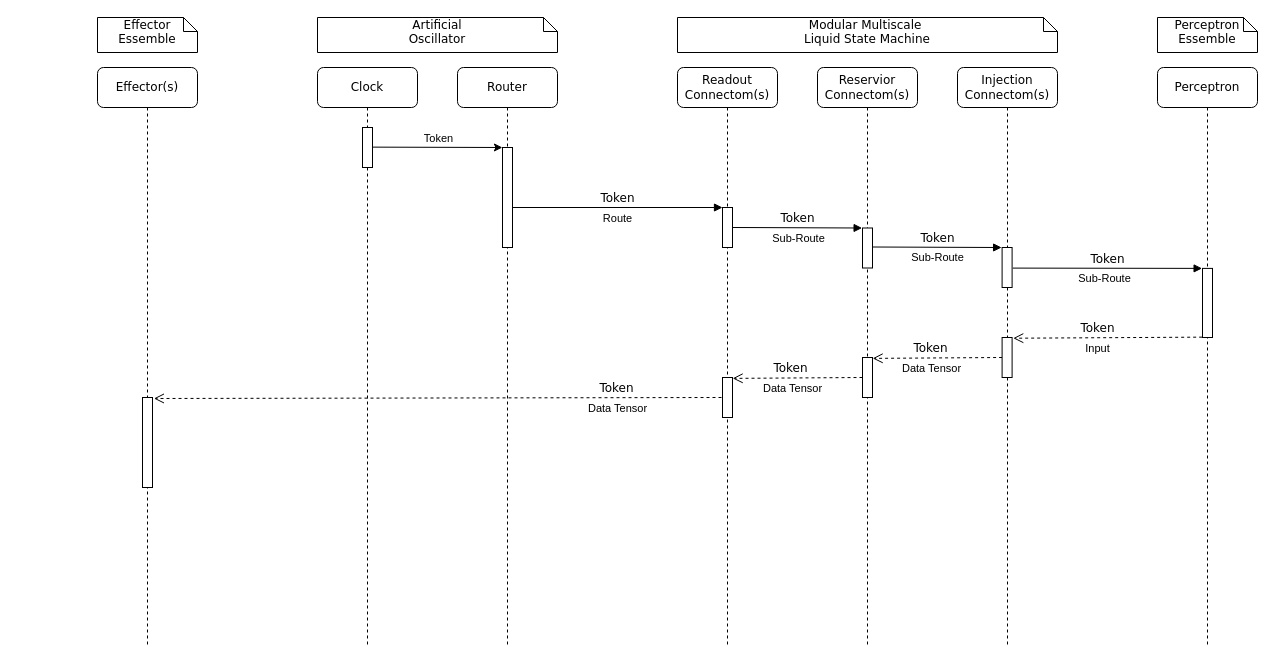
This is Untitled Diagram.drawio from xiechuxi/Memorophila_computing, a draw.io file, before an edit. Source tidied: cells renumbered, new cells numbered last; positions are measured from the earlier drawing's top-left corner, leaving out a move shared by most shapes. Both pictures are drawn from the tidied source at 100%, with x=0, y=0 at pixel (97, 17).
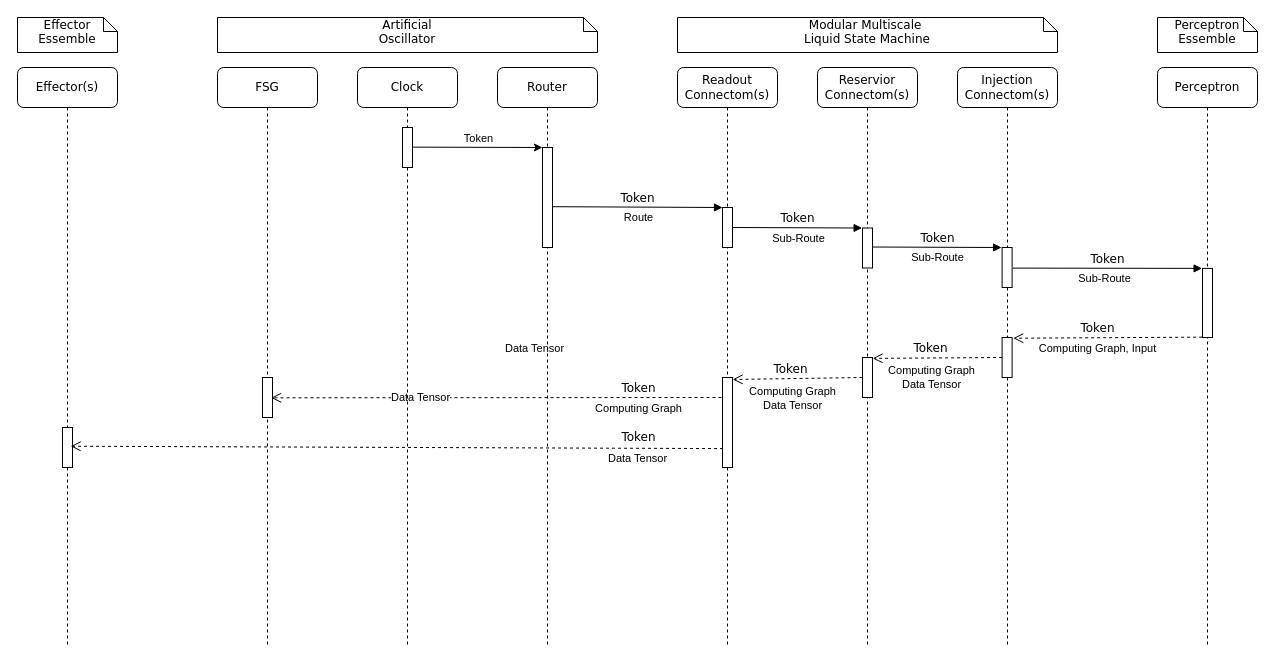
The same diagram, later.

The change refers to these unchanged cells:
```xml
<mxCell id="7" value="Readout Connectom(s)" style="shape=umlLifeline;perimeter=lifelinePerimeter;whiteSpace=wrap;html=1;rounded=1;shadow=0;comic=0;labelBackgroundColor=none;strokeWidth=1;fontFamily=Verdana;fontSize=12;align=center;" parent="3" vertex="1">
  <mxGeometry x="-140" width="100" height="580" as="geometry" />
</mxCell>
<mxCell id="11" value="Token" style="html=1;verticalAlign=bottom;endArrow=open;dashed=1;endSize=8;labelBackgroundColor=none;fontFamily=Verdana;fontSize=12;exitX=0.005;exitY=1.001;exitDx=0;exitDy=0;exitPerimeter=0;entryX=1.017;entryY=0.022;entryDx=0;entryDy=0;entryPerimeter=0;" parent="7" edge="1" target="10">
  <mxGeometry x="0.11" relative="1" as="geometry">
    <mxPoint x="185" y="310" as="sourcePoint" />
  </mxGeometry>
</mxCell>
<mxCell id="14" value="Token" style="html=1;verticalAlign=bottom;endArrow=open;dashed=1;endSize=8;labelBackgroundColor=none;fontFamily=Verdana;fontSize=12;exitX=0.005;exitY=1.001;exitDx=0;exitDy=0;exitPerimeter=0;entryX=1.017;entryY=0.022;entryDx=0;entryDy=0;entryPerimeter=0;" parent="7" edge="1" target="13">
  <mxGeometry x="0.11" relative="1" as="geometry">
    <mxPoint x="324.6" y="290" as="sourcePoint" />
  </mxGeometry>
</mxCell>
<mxCell id="20" style="html=1;points=[];perimeter=orthogonalPerimeter;rounded=0;shadow=0;comic=0;labelBackgroundColor=none;strokeWidth=1;fontFamily=Verdana;fontSize=12;align=center;" parent="19" vertex="1">
  <mxGeometry x="45" y="80" width="10" height="100" as="geometry" />
</mxCell>
<mxCell id="39" value="Token" style="html=1;verticalAlign=bottom;endArrow=open;dashed=1;endSize=8;labelBackgroundColor=none;fontFamily=Verdana;fontSize=12;entryX=1.114;entryY=0.018;entryDx=0;entryDy=0;entryPerimeter=0;exitX=-0.033;exitY=0.995;exitDx=0;exitDy=0;exitPerimeter=0;" parent="1" edge="1" source="29" target="27">
  <mxGeometry x="0.11" relative="1" as="geometry" />
</mxCell>
```

Change to the diagram source:
```diff
@@
     <mxCell id="2" value="Effector(s)" style="shape=umlLifeline;perimeter=lifelinePerimeter;whiteSpace=wrap;html=1;rounded=1;shadow=0;comic=0;labelBackgroundColor=none;strokeWidth=1;fontFamily=Verdana;fontSize=12;align=center;" parent="1" vertex="1">
-      <mxGeometry y="50" width="100" height="580" as="geometry" />
+      <mxGeometry x="-80" y="50" width="100" height="580" as="geometry" />
     </mxCell>
@@
-    <mxCell id="8" value="Token" style="html=1;verticalAlign=bottom;endArrow=open;dashed=1;endSize=8;labelBackgroundColor=none;fontFamily=Verdana;fontSize=12;exitX=-0.103;exitY=0.985;exitDx=0;exitDy=0;exitPerimeter=0;entryX=1.14;entryY=0.011;entryDx=0;entryDy=0;entryPerimeter=0;" parent="7" edge="1" target="16">
+    <mxCell id="8" value="Token" style="html=1;verticalAlign=bottom;endArrow=open;dashed=1;endSize=8;labelBackgroundColor=none;fontFamily=Verdana;fontSize=12;exitX=-0.103;exitY=0.985;exitDx=0;exitDy=0;exitPerimeter=0;entryX=0.867;entryY=0.508;entryDx=0;entryDy=0;entryPerimeter=0;" parent="7" edge="1" target="46">
       <mxGeometry x="-0.63" relative="1" as="geometry">
         <mxPoint x="44" y="330" as="sourcePoint" />
       </mxGeometry>
     </mxCell>
     <mxCell id="9" value="Data Tensor" style="edgeLabel;html=1;align=center;verticalAlign=middle;" parent="8" vertex="1">
       <mxGeometry x="0.14" y="2" relative="1" as="geometry">
-        <mxPoint x="219" y="8" as="offset" />
+        <mxPoint x="69" y="-52" as="offset" />
       </mxGeometry>
     </mxCell>
+    <mxCell id="41" value="Computing Graph" style="edgeLabel;html=1;align=center;verticalAlign=middle;" parent="8" vertex="1">
+      <mxGeometry x="-0.6" relative="1" as="geometry">
+        <mxPoint x="6" y="10" as="offset" />
+      </mxGeometry>
+    </mxCell>
     <mxCell id="10" style="html=1;points=[];perimeter=orthogonalPerimeter;rounded=0;shadow=0;comic=0;labelBackgroundColor=none;strokeWidth=1;fontFamily=Verdana;fontSize=12;align=center;" parent="7" vertex="1">
-      <mxGeometry x="45" y="310" width="10" height="40" as="geometry" />
+      <mxGeometry x="45" y="310" width="10" height="90" as="geometry" />
     </mxCell>
@@
-    <mxCell id="12" value="Data Tensor" style="edgeLabel;html=1;align=center;verticalAlign=middle;" parent="11" vertex="1">
+    <mxCell id="12" value="Computing Graph&lt;div&gt;Data Tensor&lt;/div&gt;" style="edgeLabel;html=1;align=center;verticalAlign=middle;" parent="11" vertex="1">
       <mxGeometry x="0.14" y="2" relative="1" as="geometry">
-        <mxPoint x="3" y="8" as="offset" />
+        <mxPoint x="3" y="17" as="offset" />
       </mxGeometry>
     </mxCell>
@@
-    <mxCell id="15" value="Data Tensor" style="edgeLabel;html=1;align=center;verticalAlign=middle;" parent="14" vertex="1">
+    <mxCell id="15" value="Computing Graph&lt;div&gt;Data Tensor&lt;/div&gt;" style="edgeLabel;html=1;align=center;verticalAlign=middle;" parent="14" vertex="1">
       <mxGeometry x="0.14" y="2" relative="1" as="geometry">
-        <mxPoint x="3" y="8" as="offset" />
+        <mxPoint x="3" y="17" as="offset" />
       </mxGeometry>
     </mxCell>
     <mxCell id="16" style="html=1;points=[];perimeter=orthogonalPerimeter;rounded=0;shadow=0;comic=0;labelBackgroundColor=none;strokeWidth=1;fontFamily=Verdana;fontSize=12;align=center;" parent="7" vertex="1">
-      <mxGeometry x="-535" y="330" width="10" height="90" as="geometry" />
+      <mxGeometry x="-615" y="360" width="10" height="40" as="geometry" />
     </mxCell>
+    <mxCell id="42" value="Token" style="html=1;verticalAlign=bottom;endArrow=open;dashed=1;endSize=8;labelBackgroundColor=none;fontFamily=Verdana;fontSize=12;exitX=0.052;exitY=0.79;exitDx=0;exitDy=0;exitPerimeter=0;entryX=0.814;entryY=0.468;entryDx=0;entryDy=0;entryPerimeter=0;" parent="7" edge="1" source="10" target="16">
+      <mxGeometry x="-0.74" y="-2" relative="1" as="geometry" />
+    </mxCell>
+    <mxCell id="43" value="Data Tensor" style="edgeLabel;html=1;align=center;verticalAlign=middle;" parent="42" vertex="1">
+      <mxGeometry x="0.14" y="2" relative="1" as="geometry">
+        <mxPoint x="69" y="-52" as="offset" />
+      </mxGeometry>
+    </mxCell>
+    <mxCell id="44" value="Data Tensor" style="edgeLabel;html=1;align=center;verticalAlign=middle;" parent="42" vertex="1">
+      <mxGeometry x="-0.6" relative="1" as="geometry">
+        <mxPoint x="44" y="10" as="offset" />
+      </mxGeometry>
+    </mxCell>
     <mxCell id="17" value="Clock" style="shape=umlLifeline;perimeter=lifelinePerimeter;whiteSpace=wrap;html=1;rounded=1;shadow=0;comic=0;labelBackgroundColor=none;strokeWidth=1;fontFamily=Verdana;fontSize=12;align=center;" parent="1" vertex="1">
-      <mxGeometry x="220" y="50" width="100" height="580" as="geometry" />
+      <mxGeometry x="260" y="50" width="100" height="580" as="geometry" />
     </mxCell>
@@
     <mxCell id="19" value="Router" style="shape=umlLifeline;perimeter=lifelinePerimeter;whiteSpace=wrap;html=1;rounded=1;shadow=0;comic=0;labelBackgroundColor=none;strokeWidth=1;fontFamily=Verdana;fontSize=12;align=center;" parent="1" vertex="1">
-      <mxGeometry x="360" y="50" width="100" height="580" as="geometry" />
+      <mxGeometry x="400" y="50" width="100" height="580" as="geometry" />
     </mxCell>
@@
-    <mxCell id="33" value="Token" style="html=1;verticalAlign=bottom;endArrow=block;labelBackgroundColor=none;fontFamily=Verdana;fontSize=12;elbow=vertical;exitX=0.992;exitY=0.352;exitDx=0;exitDy=0;exitPerimeter=0;" parent="1" edge="1">
+    <mxCell id="33" value="Token" style="html=1;verticalAlign=bottom;endArrow=block;labelBackgroundColor=none;fontFamily=Verdana;fontSize=12;elbow=vertical;exitX=1.017;exitY=0.592;exitDx=0;exitDy=0;exitPerimeter=0;" parent="1" edge="1" source="20">
       <mxGeometry relative="1" as="geometry">
-        <mxPoint x="414.9" y="190" as="sourcePoint" />
         <mxPoint x="625" y="190" as="targetPoint" />
       </mxGeometry>
     </mxCell>
     <mxCell id="34" value="Route" style="edgeLabel;html=1;align=center;verticalAlign=middle;" parent="33" vertex="1">
-      <mxGeometry x="-0.12" relative="1" as="geometry">
-        <mxPoint x="13" y="10" as="offset" />
+      <mxGeometry x="-0.09" relative="1" as="geometry">
+        <mxPoint x="8" y="10" as="offset" />
       </mxGeometry>
     </mxCell>
     <mxCell id="35" value="Effector&lt;div&gt;Essemble&lt;/div&gt;" style="shape=note;whiteSpace=wrap;html=1;size=14;verticalAlign=top;align=center;spacingTop=-6;rounded=0;shadow=0;comic=0;labelBackgroundColor=none;strokeWidth=1;fontFamily=Verdana;fontSize=12;" parent="1" vertex="1">
-      <mxGeometry width="100" height="35" as="geometry" />
+      <mxGeometry x="-80" width="100" height="35" as="geometry" />
     </mxCell>
     <mxCell id="36" value="Artificial&lt;div&gt;Oscillator&lt;/div&gt;" style="shape=note;whiteSpace=wrap;html=1;size=14;verticalAlign=top;align=center;spacingTop=-6;rounded=0;shadow=0;comic=0;labelBackgroundColor=none;strokeWidth=1;fontFamily=Verdana;fontSize=12;" parent="1" vertex="1">
-      <mxGeometry x="220" width="240" height="35" as="geometry" />
+      <mxGeometry x="120" width="380" height="35" as="geometry" />
     </mxCell>
@@
-    <mxCell id="40" value="Input" style="edgeLabel;html=1;align=center;verticalAlign=middle;" parent="39" vertex="1">
+    <mxCell id="40" value="Computing Graph, Input" style="edgeLabel;html=1;align=center;verticalAlign=middle;" parent="39" vertex="1">
       <mxGeometry x="0.14" y="2" relative="1" as="geometry">
         <mxPoint x="3" y="8" as="offset" />
       </mxGeometry>
     </mxCell>
+    <mxCell id="45" value="FSG" style="shape=umlLifeline;perimeter=lifelinePerimeter;whiteSpace=wrap;html=1;rounded=1;shadow=0;comic=0;labelBackgroundColor=none;strokeWidth=1;fontFamily=Verdana;fontSize=12;align=center;" parent="1" vertex="1">
+      <mxGeometry x="120" y="50" width="100" height="580" as="geometry" />
+    </mxCell>
+    <mxCell id="46" style="html=1;points=[];perimeter=orthogonalPerimeter;rounded=0;shadow=0;comic=0;labelBackgroundColor=none;strokeWidth=1;fontFamily=Verdana;fontSize=12;align=center;" parent="45" vertex="1">
+      <mxGeometry x="45" y="310" width="10" height="40" as="geometry" />
+    </mxCell>
```
